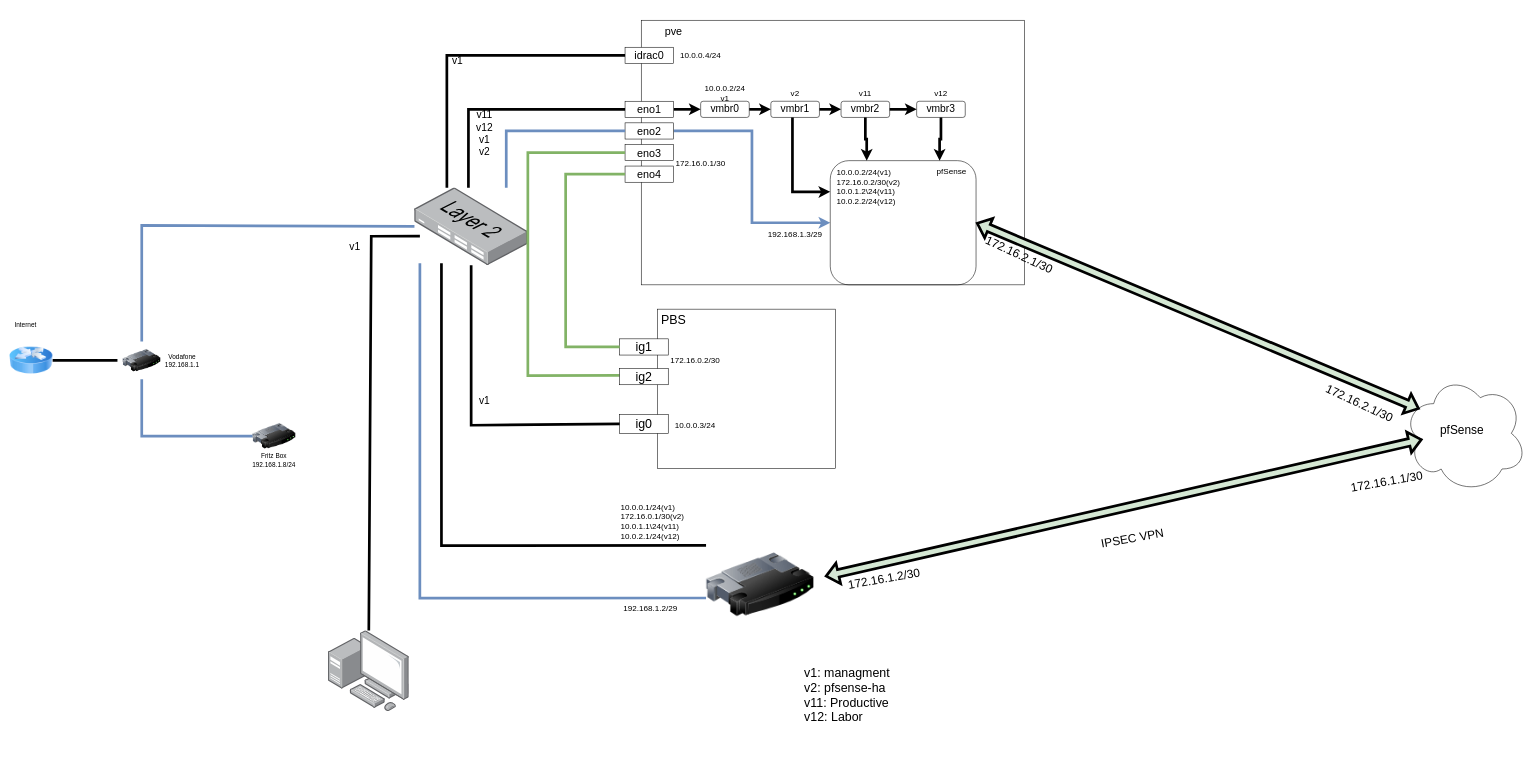
lucpfi/homelab keeps this draw.io diagram as Untitled Diagram.drawio. Above is the earlier version. Source tidied: cells renumbered, new cells numbered last; positions are measured from the earlier drawing's top-left corner, leaving out a move shared by most shapes. Both pictures are drawn from the tidied source at 54%, with x=0, y=0 at pixel (9, 9).
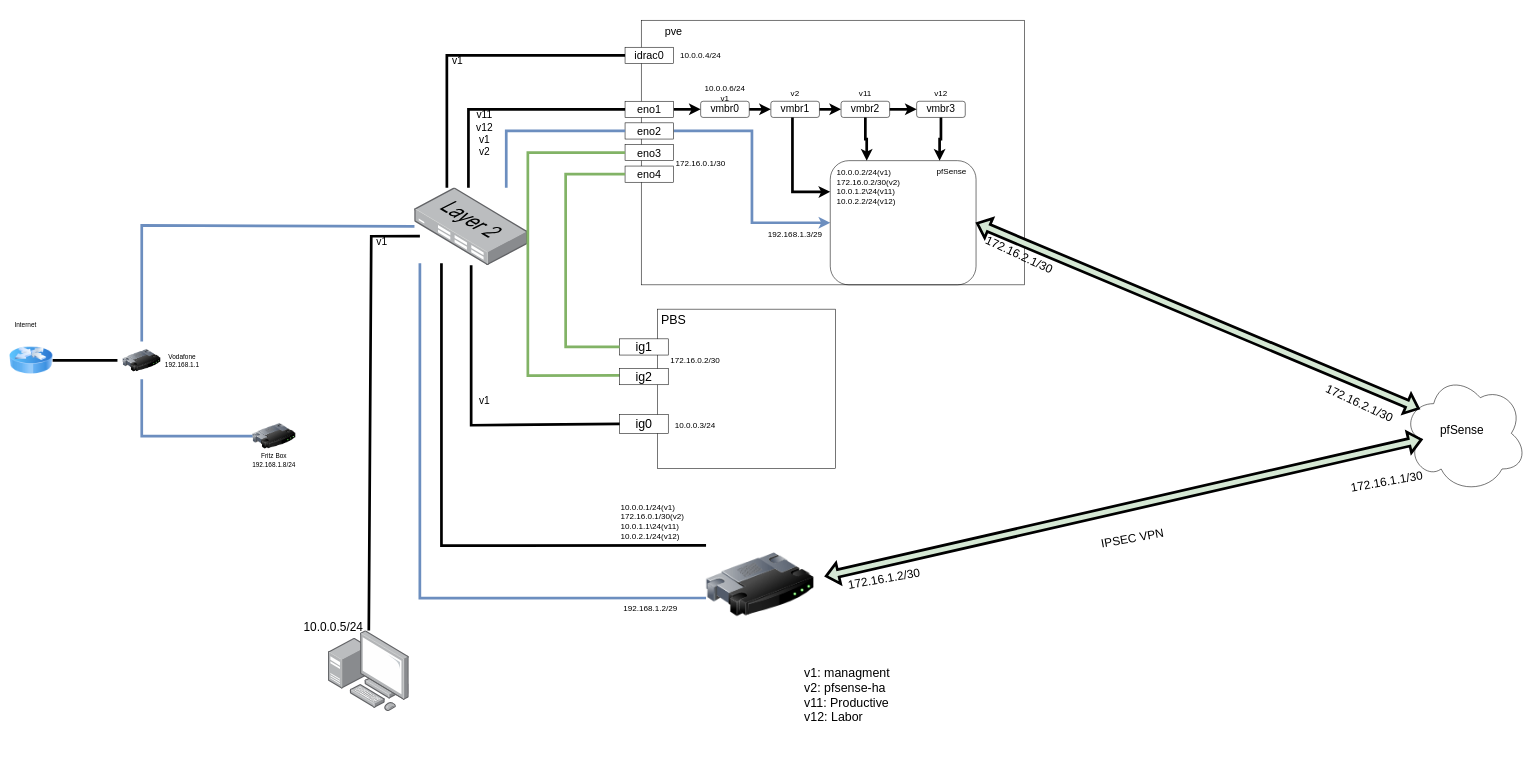
The same diagram, later.

Change to the diagram source:
```diff
@@
-    <mxCell id="50" value="10.0.0.2/24&lt;br&gt;v1" style="text;html=1;strokeColor=none;fillColor=none;align=center;verticalAlign=middle;whiteSpace=wrap;rounded=0;fontFamily=Helvetica;fontSize=15;fontColor=default;" parent="1" vertex="1">
+    <mxCell id="50" value="10.0.0.6/24&lt;br&gt;v1" style="text;html=1;strokeColor=none;fillColor=none;align=center;verticalAlign=middle;whiteSpace=wrap;rounded=0;fontFamily=Helvetica;fontSize=15;fontColor=default;" parent="1" vertex="1">
       <mxGeometry x="1280" y="140" width="90" height="30" as="geometry" />
     </mxCell>
@@
     <mxCell id="74" value="v1" style="text;html=1;strokeColor=none;fillColor=none;align=center;verticalAlign=middle;whiteSpace=wrap;rounded=0;fontFamily=Helvetica;fontSize=19;fontColor=default;" parent="1" vertex="1">
-      <mxGeometry x="610" y="420" width="60" height="40" as="geometry" />
+      <mxGeometry x="660" y="410" width="60" height="40" as="geometry" />
     </mxCell>
+    <mxCell id="75" value="10.0.0.5/24" style="text;html=1;strokeColor=none;fillColor=none;align=center;verticalAlign=middle;whiteSpace=wrap;rounded=0;fontFamily=Helvetica;fontSize=22;fontColor=default;" parent="1" vertex="1">
+      <mxGeometry x="540" y="1130" width="120" height="30" as="geometry" />
+    </mxCell>
```
